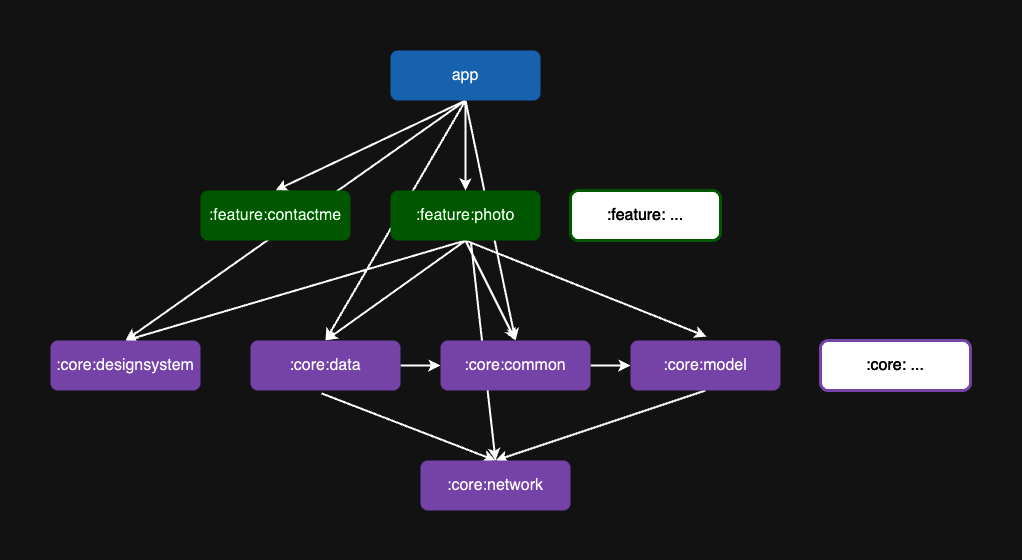
Above: docs/images/modularization-graph.drawio.png in azrael8576/picquest (draw.io), before the change. Source tidied: cells renumbered, new cells last; positions are measured from the earlier drawing's top-left corner, leaving out a move shared by most shapes.
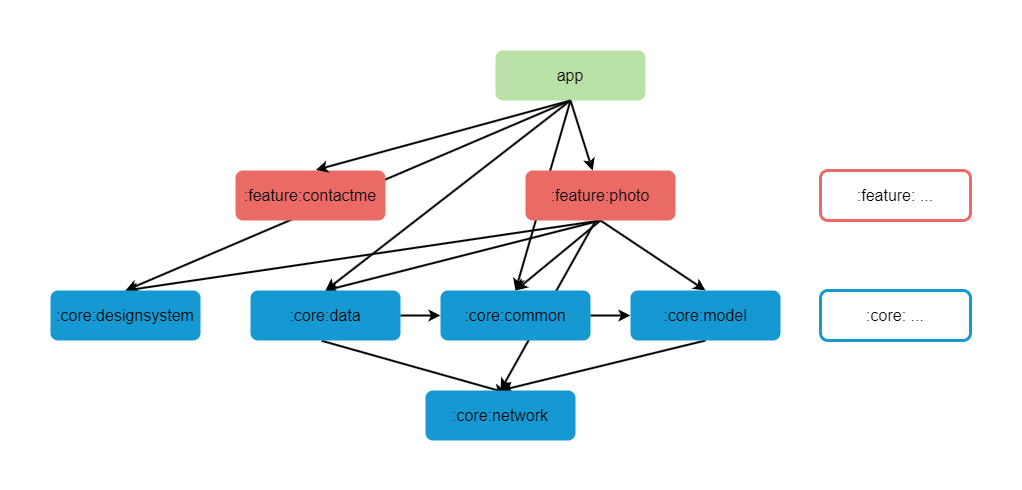
Later version of the same file.

Commit message:
update doc modularization graph

Change to the diagram source:
```diff
@@ -2,79 +2,77 @@
   <root>
     <mxCell id="0" />
     <mxCell id="1" parent="0" />
-    <mxCell id="2" style="endArrow=classic;html=1;rounded=0;exitX=0.5;exitY=1;exitDx=0;exitDy=0;entryX=0.5;entryY=0;entryDx=0;entryDy=0;strokeColor=#000000;strokeWidth=2;" parent="1" edge="1" source="16" target="21">
-      <mxGeometry relative="1" as="geometry" />
-    </mxCell>
-    <mxCell id="3" style="endArrow=classic;html=1;rounded=0;exitX=0.5;exitY=1;exitDx=0;exitDy=0;strokeColor=#000000;strokeWidth=2;" parent="1" edge="1" source="16" target="17">
+    <mxCell id="3" style="endArrow=classic;html=1;rounded=0;exitX=0.5;exitY=1;exitDx=0;exitDy=0;strokeColor=default;strokeWidth=2;" parent="1" edge="1" source="16" target="17">
       <mxGeometry relative="1" as="geometry" />
     </mxCell>
-    <mxCell id="4" style="endArrow=classic;html=1;rounded=0;strokeColor=#000000;strokeWidth=2;entryX=0.5;entryY=0;entryDx=0;entryDy=0;" parent="1" edge="1" target="22">
-      <mxGeometry relative="1" as="geometry">
-        <mxPoint x="415" y="50" as="sourcePoint" />
-      </mxGeometry>
+    <mxCell id="4" style="endArrow=classic;html=1;rounded=0;strokeColor=default;strokeWidth=2;entryX=0.5;entryY=0;entryDx=0;entryDy=0;exitX=0.5;exitY=1;exitDx=0;exitDy=0;" parent="1" edge="1" source="16" target="22">
+      <mxGeometry relative="1" as="geometry" />
     </mxCell>
-    <mxCell id="5" style="endArrow=classic;html=1;rounded=0;strokeColor=#000000;strokeWidth=2;entryX=0.5;entryY=0;entryDx=0;entryDy=0;exitX=0.5;exitY=1;exitDx=0;exitDy=0;" parent="1" edge="1" source="16" target="20">
+    <mxCell id="5" style="endArrow=classic;html=1;rounded=0;strokeColor=default;strokeWidth=2;entryX=0.5;entryY=0;entryDx=0;entryDy=0;exitX=0.5;exitY=1;exitDx=0;exitDy=0;" parent="1" edge="1" source="16" target="20">
       <mxGeometry relative="1" as="geometry" />
     </mxCell>
-    <mxCell id="6" style="endArrow=classic;html=1;rounded=0;strokeColor=#000000;strokeWidth=2;entryX=0.5;entryY=0;entryDx=0;entryDy=0;exitX=0.5;exitY=1;exitDx=0;exitDy=0;" parent="1" edge="1" source="16" target="23">
+    <mxCell id="6" style="endArrow=classic;html=1;rounded=0;strokeColor=default;strokeWidth=2;entryX=0.5;entryY=0;entryDx=0;entryDy=0;exitX=0.5;exitY=1;exitDx=0;exitDy=0;" parent="1" edge="1" source="16" target="23">
       <mxGeometry relative="1" as="geometry" />
     </mxCell>
-    <mxCell id="7" style="endArrow=classic;html=1;rounded=0;strokeColor=#000000;strokeWidth=2;entryX=0.5;entryY=0;entryDx=0;entryDy=0;exitX=0.5;exitY=1;exitDx=0;exitDy=0;" parent="1" edge="1" source="17" target="22">
+    <mxCell id="7" style="endArrow=classic;html=1;rounded=0;strokeColor=default;strokeWidth=2;entryX=0.5;entryY=0;entryDx=0;entryDy=0;exitX=0.5;exitY=1;exitDx=0;exitDy=0;" parent="1" edge="1" source="17" target="22">
       <mxGeometry relative="1" as="geometry" />
     </mxCell>
-    <mxCell id="8" style="endArrow=classic;html=1;rounded=0;strokeColor=#000000;strokeWidth=2;entryX=0.5;entryY=0;entryDx=0;entryDy=0;exitX=0.5;exitY=1;exitDx=0;exitDy=0;" parent="1" edge="1" source="17" target="20">
+    <mxCell id="8" style="endArrow=classic;html=1;rounded=0;strokeColor=default;strokeWidth=2;entryX=0.5;entryY=0;entryDx=0;entryDy=0;exitX=0.5;exitY=1;exitDx=0;exitDy=0;" parent="1" edge="1" source="17" target="20">
       <mxGeometry relative="1" as="geometry" />
     </mxCell>
-    <mxCell id="9" style="endArrow=classic;html=1;rounded=0;strokeColor=#000000;strokeWidth=2;entryX=0.5;entryY=0;entryDx=0;entryDy=0;exitX=0.5;exitY=1;exitDx=0;exitDy=0;" parent="1" edge="1" source="17" target="23">
+    <mxCell id="9" style="endArrow=classic;html=1;rounded=0;strokeColor=default;strokeWidth=2;entryX=0.5;entryY=0;entryDx=0;entryDy=0;exitX=0.5;exitY=1;exitDx=0;exitDy=0;" parent="1" edge="1" source="17" target="23">
       <mxGeometry relative="1" as="geometry" />
     </mxCell>
-    <mxCell id="10" style="endArrow=classic;html=1;rounded=0;strokeColor=#000000;strokeWidth=2;entryX=0.507;entryY=-0.078;entryDx=0;entryDy=0;exitX=0.5;exitY=1;exitDx=0;exitDy=0;entryPerimeter=0;" parent="1" edge="1" source="17" target="19">
+    <mxCell id="10" style="endArrow=classic;html=1;rounded=0;strokeColor=default;strokeWidth=2;exitX=0.5;exitY=1;exitDx=0;exitDy=0;entryX=0.5;entryY=0;entryDx=0;entryDy=0;" parent="1" edge="1" source="17" target="19">
       <mxGeometry relative="1" as="geometry" />
     </mxCell>
-    <mxCell id="11" style="endArrow=classic;html=1;rounded=0;strokeColor=#000000;strokeWidth=2;entryX=0.5;entryY=0;entryDx=0;entryDy=0;exitX=0.537;exitY=1.051;exitDx=0;exitDy=0;exitPerimeter=0;" parent="1" edge="1" source="17" target="18">
+    <mxCell id="11" style="endArrow=classic;html=1;rounded=0;strokeColor=default;strokeWidth=2;entryX=0.5;entryY=0;entryDx=0;entryDy=0;exitX=0.471;exitY=0.983;exitDx=0;exitDy=0;exitPerimeter=0;" parent="1" edge="1" source="17" target="18">
       <mxGeometry relative="1" as="geometry" />
     </mxCell>
-    <mxCell id="12" style="endArrow=classic;html=1;rounded=0;strokeColor=#000000;strokeWidth=2;entryX=0;entryY=0.5;entryDx=0;entryDy=0;exitX=1;exitY=0.5;exitDx=0;exitDy=0;" parent="1" edge="1" source="20" target="23">
+    <mxCell id="12" style="endArrow=classic;html=1;rounded=0;strokeColor=default;strokeWidth=2;entryX=0;entryY=0.5;entryDx=0;entryDy=0;exitX=1;exitY=0.5;exitDx=0;exitDy=0;" parent="1" edge="1" source="20" target="23">
       <mxGeometry relative="1" as="geometry" />
     </mxCell>
-    <mxCell id="13" style="endArrow=classic;html=1;rounded=0;strokeColor=#000000;strokeWidth=2;entryX=0;entryY=0.5;entryDx=0;entryDy=0;exitX=1;exitY=0.5;exitDx=0;exitDy=0;" parent="1" edge="1" source="23" target="19">
+    <mxCell id="13" style="endArrow=classic;html=1;rounded=0;strokeColor=default;strokeWidth=2;entryX=0;entryY=0.5;entryDx=0;entryDy=0;exitX=1;exitY=0.5;exitDx=0;exitDy=0;" parent="1" edge="1" source="23" target="19">
       <mxGeometry relative="1" as="geometry" />
     </mxCell>
-    <mxCell id="14" style="endArrow=classic;html=1;rounded=0;strokeColor=#000000;strokeWidth=2;entryX=0.5;entryY=0;entryDx=0;entryDy=0;exitX=0.473;exitY=1.057;exitDx=0;exitDy=0;exitPerimeter=0;" parent="1" edge="1" source="20" target="18">
+    <mxCell id="14" style="endArrow=classic;html=1;rounded=0;strokeColor=default;strokeWidth=2;exitX=0.475;exitY=1.006;exitDx=0;exitDy=0;exitPerimeter=0;entryX=0.539;entryY=0.046;entryDx=0;entryDy=0;entryPerimeter=0;" parent="1" edge="1" source="20" target="18">
       <mxGeometry relative="1" as="geometry" />
     </mxCell>
-    <mxCell id="15" style="endArrow=classic;html=1;rounded=0;strokeColor=#000000;strokeWidth=2;entryX=0.5;entryY=0;entryDx=0;entryDy=0;exitX=0.5;exitY=1;exitDx=0;exitDy=0;" parent="1" edge="1" source="19" target="18">
+    <mxCell id="15" style="endArrow=classic;html=1;rounded=0;strokeColor=default;strokeWidth=2;entryX=0.5;entryY=0;entryDx=0;entryDy=0;exitX=0.5;exitY=1;exitDx=0;exitDy=0;" parent="1" edge="1" source="19" target="18">
       <mxGeometry relative="1" as="geometry" />
     </mxCell>
-    <mxCell id="16" value="&lt;font style=&quot;font-size: 16px;&quot;&gt;app&lt;/font&gt;" style="rounded=1;whiteSpace=wrap;html=1;fontSize=16;fillColor=#66B2FF;strokeColor=none;" parent="1" vertex="1">
-      <mxGeometry x="340" width="150" height="50" as="geometry" />
+    <mxCell id="16" value="&lt;font style=&quot;font-size: 16px;&quot;&gt;app&lt;/font&gt;" style="rounded=1;whiteSpace=wrap;html=1;fontSize=16;fillColor=#B9E0A5;strokeColor=none;strokeWidth=2;" parent="1" vertex="1">
+      <mxGeometry x="370" y="50" width="150" height="50" as="geometry" />
     </mxCell>
-    <mxCell id="17" value="&lt;font style=&quot;font-size: 16px;&quot;&gt;:feature:photo&lt;/font&gt;" style="rounded=1;whiteSpace=wrap;html=1;fontSize=16;fillColor=#66FF66;strokeColor=none;" parent="1" vertex="1">
-      <mxGeometry x="340" y="140" width="150" height="50" as="geometry" />
+    <mxCell id="17" value="&lt;font style=&quot;font-size: 16px;&quot;&gt;:feature:photo&lt;/font&gt;" style="rounded=1;whiteSpace=wrap;html=1;fontSize=16;fillColor=#EA6B66;strokeColor=none;strokeWidth=2;" parent="1" vertex="1">
+      <mxGeometry x="400" y="170" width="150" height="50" as="geometry" />
     </mxCell>
-    <mxCell id="18" value=":core:network" style="rounded=1;whiteSpace=wrap;html=1;fontSize=16;fillColor=#CC99FF;strokeColor=none;" parent="1" vertex="1">
-      <mxGeometry x="370" y="410" width="150" height="50" as="geometry" />
+    <mxCell id="18" value=":core:network" style="rounded=1;whiteSpace=wrap;html=1;fontSize=16;fillColor=#1699D3;strokeColor=none;strokeWidth=2;" parent="1" vertex="1">
+      <mxGeometry x="300" y="390" width="150" height="50" as="geometry" />
     </mxCell>
-    <mxCell id="19" value=":core:model" style="rounded=1;whiteSpace=wrap;html=1;fontSize=16;fillColor=#CC99FF;strokeColor=none;" parent="1" vertex="1">
-      <mxGeometry x="580" y="290" width="150" height="50" as="geometry" />
+    <mxCell id="19" value=":core:model" style="rounded=1;whiteSpace=wrap;html=1;fontSize=16;fillColor=#1699D3;strokeColor=none;strokeWidth=2;" parent="1" vertex="1">
+      <mxGeometry x="505" y="290" width="150" height="50" as="geometry" />
     </mxCell>
-    <mxCell id="20" value=":core:data" style="rounded=1;whiteSpace=wrap;html=1;fontSize=16;fillColor=#CC99FF;strokeColor=none;" parent="1" vertex="1">
-      <mxGeometry x="200" y="290" width="150" height="50" as="geometry" />
+    <mxCell id="20" value=":core:data" style="rounded=1;whiteSpace=wrap;html=1;fontSize=16;fillColor=#1699D3;strokeColor=none;strokeWidth=2;" parent="1" vertex="1">
+      <mxGeometry x="125" y="290" width="150" height="50" as="geometry" />
     </mxCell>
-    <mxCell id="21" value="&lt;font style=&quot;font-size: 16px;&quot;&gt;:feature:contactme&lt;/font&gt;" style="rounded=1;whiteSpace=wrap;html=1;fontSize=16;fillColor=#66FF66;strokeColor=none;" parent="1" vertex="1">
-      <mxGeometry x="150" y="140" width="150" height="50" as="geometry" />
+    <mxCell id="21" value="&lt;font style=&quot;font-size: 16px;&quot;&gt;:feature:contactme&lt;/font&gt;" style="rounded=1;whiteSpace=wrap;html=1;fontSize=16;fillColor=#EA6B66;strokeColor=none;strokeWidth=2;" parent="1" vertex="1">
+      <mxGeometry x="110" y="170" width="150" height="50" as="geometry" />
     </mxCell>
-    <mxCell id="22" value=":core:designsystem" style="rounded=1;whiteSpace=wrap;html=1;fontSize=16;fillColor=#CC99FF;strokeColor=none;" parent="1" vertex="1">
-      <mxGeometry y="290" width="150" height="50" as="geometry" />
+    <mxCell id="22" value=":core:designsystem" style="rounded=1;whiteSpace=wrap;html=1;fontSize=16;fillColor=#1699D3;strokeColor=none;strokeWidth=2;" parent="1" vertex="1">
+      <mxGeometry x="-75" y="290" width="150" height="50" as="geometry" />
     </mxCell>
-    <mxCell id="23" value=":core:common" style="rounded=1;whiteSpace=wrap;html=1;fontSize=16;fillColor=#CC99FF;strokeColor=none;" parent="1" vertex="1">
-      <mxGeometry x="390" y="290" width="150" height="50" as="geometry" />
+    <mxCell id="23" value=":core:common" style="rounded=1;whiteSpace=wrap;html=1;fontSize=16;fillColor=#1699D3;strokeColor=none;strokeWidth=2;" parent="1" vertex="1">
+      <mxGeometry x="315" y="290" width="150" height="50" as="geometry" />
     </mxCell>
-    <mxCell id="24" value="&lt;font style=&quot;font-size: 16px;&quot;&gt;:feature: ...&lt;/font&gt;" style="rounded=1;whiteSpace=wrap;html=1;fontSize=16;fillColor=#000000;strokeColor=#66FF66;fontColor=#FFFFFF;strokeWidth=3;" parent="1" vertex="1">
-      <mxGeometry x="520" y="140" width="150" height="50" as="geometry" />
+    <mxCell id="24" value="&lt;font style=&quot;font-size: 16px;&quot;&gt;:feature: ...&lt;/font&gt;" style="rounded=1;whiteSpace=wrap;html=1;fontSize=16;fillColor=#FFFFFF;strokeColor=#EA6B66;fontColor=#000000;strokeWidth=3;" parent="1" vertex="1">
+      <mxGeometry x="695" y="170" width="150" height="50" as="geometry" />
     </mxCell>
-    <mxCell id="25" value=":core: ..." style="rounded=1;whiteSpace=wrap;html=1;fontSize=16;fillColor=#000000;strokeColor=#CC99FF;fontColor=#FFFFFF;strokeWidth=3;" parent="1" vertex="1">
-      <mxGeometry x="770" y="290" width="150" height="50" as="geometry" />
+    <mxCell id="25" value=":core: ..." style="rounded=1;whiteSpace=wrap;html=1;fontSize=16;fillColor=#FFFFFF;strokeColor=#1699D3;fontColor=#000000;strokeWidth=3;" parent="1" vertex="1">
+      <mxGeometry x="695" y="290" width="150" height="50" as="geometry" />
     </mxCell>
+    <mxCell id="2" style="endArrow=classic;html=1;rounded=0;strokeColor=default;strokeWidth=2;entryX=0.536;entryY=-0.011;entryDx=0;entryDy=0;exitX=0.5;exitY=1;exitDx=0;exitDy=0;entryPerimeter=0;" parent="1" edge="1" source="16" target="21">
+      <mxGeometry relative="1" as="geometry" />
+    </mxCell>
   </root>
 </mxGraphModel>
```
